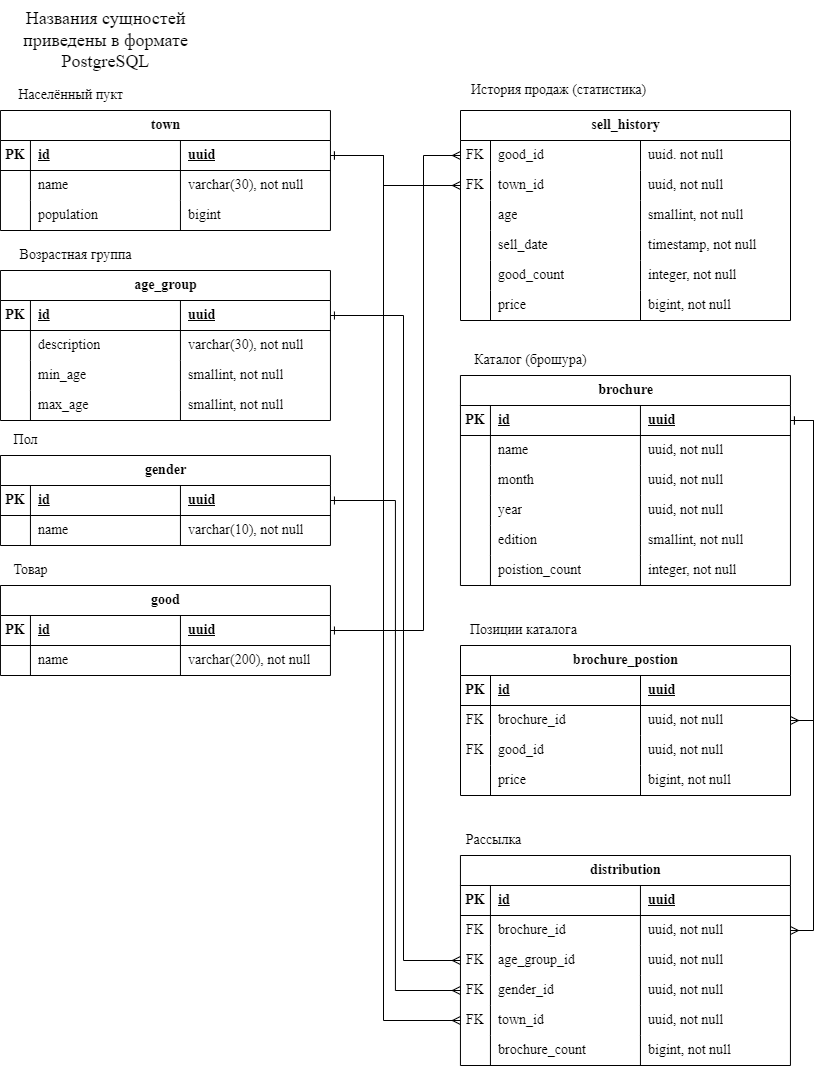
This is Cataloguer/Resources/ЛР2.drawio.png from VadimKarelov/Cataloguer, a draw.io export, as it was before one commit. Source tidied: cells renumbered, new cells last; positions are measured from the earlier drawing's top-left corner, leaving out a move shared by most shapes.
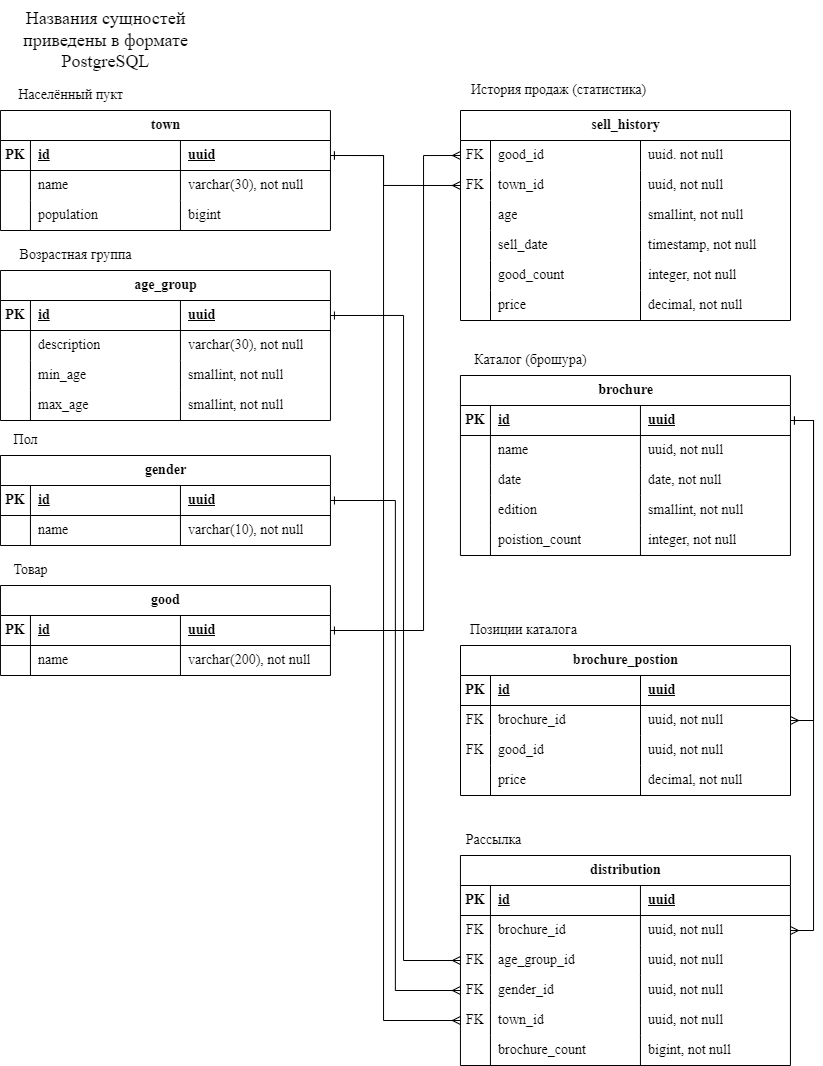
Later version of the same file.

Commit message:
ЛР2: Доработки с пары.

По требованию Архипова цена хранится в формате decimal;
По требованию Архипова в сущности каталог год и месяц хранятся в одном поле.

What changed in the source:
```diff
@@ -194,7 +194,7 @@
     <mxCell id="65" value="price" style="shape=partialRectangle;fillColor=none;top=0;left=0;bottom=0;right=0;align=left;spacingLeft=6;overflow=hidden;whiteSpace=wrap;html=1;fontSize=14;fontFamily=Times New Roman;" parent="63" vertex="1">
       <mxGeometry x="30" width="150" height="30" as="geometry" />
     </mxCell>
-    <mxCell id="66" value="bigint, not null" style="shape=partialRectangle;fillColor=none;top=0;left=0;bottom=0;right=0;align=left;spacingLeft=6;overflow=hidden;whiteSpace=wrap;html=1;fontSize=14;fontFamily=Times New Roman;" parent="63" vertex="1">
+    <mxCell id="66" value="decimal, not null" style="shape=partialRectangle;fillColor=none;top=0;left=0;bottom=0;right=0;align=left;spacingLeft=6;overflow=hidden;whiteSpace=wrap;html=1;fontSize=14;fontFamily=Times New Roman;" parent="63" vertex="1">
       <mxGeometry x="180" width="150" height="30" as="geometry" />
     </mxCell>
     <mxCell id="67" value="good" style="shape=table;startSize=30;rowLines=0;fontStyle=1;align=center;html=1;fontSize=14;fontFamily=Times New Roman;" parent="1" vertex="1">
@@ -225,7 +225,7 @@
       <mxGeometry x="180" width="150" height="30" as="geometry" />
     </mxCell>
     <mxCell id="76" value="brochure" style="shape=table;startSize=30;rowLines=0;fontStyle=1;align=center;html=1;fontSize=14;fontFamily=Times New Roman;" parent="1" vertex="1">
-      <mxGeometry x="459.9" y="375" width="330" height="210" as="geometry" />
+      <mxGeometry x="459.9" y="375" width="330" height="180" as="geometry" />
     </mxCell>
     <mxCell id="77" style="shape=tableRow;horizontal=0;startSize=0;swimlaneHead=0;swimlaneBody=0;fillColor=none;points=[[0,0.5],[1,0.5]];portConstraint=eastwest;top=0;left=0;right=0;bottom=1;fontSize=14;fontFamily=Times New Roman;" parent="76" vertex="1">
       <mxGeometry y="30" width="330" height="30" as="geometry" />
@@ -257,26 +257,14 @@
     <mxCell id="86" style="shape=partialRectangle;fillColor=none;top=0;left=0;bottom=0;right=0;overflow=hidden;whiteSpace=wrap;html=1;fontSize=14;fontFamily=Times New Roman;" parent="85" vertex="1">
       <mxGeometry width="30" height="30" as="geometry" />
     </mxCell>
-    <mxCell id="87" value="month" style="shape=partialRectangle;fillColor=none;top=0;left=0;bottom=0;right=0;align=left;spacingLeft=6;overflow=hidden;whiteSpace=wrap;html=1;fontSize=14;fontFamily=Times New Roman;" parent="85" vertex="1">
+    <mxCell id="87" value="date" style="shape=partialRectangle;fillColor=none;top=0;left=0;bottom=0;right=0;align=left;spacingLeft=6;overflow=hidden;whiteSpace=wrap;html=1;fontSize=14;fontFamily=Times New Roman;" parent="85" vertex="1">
       <mxGeometry x="30" width="150" height="30" as="geometry" />
     </mxCell>
-    <mxCell id="88" value="uuid, not null" style="shape=partialRectangle;fillColor=none;top=0;left=0;bottom=0;right=0;align=left;spacingLeft=6;overflow=hidden;whiteSpace=wrap;html=1;fontSize=14;fontFamily=Times New Roman;" parent="85" vertex="1">
+    <mxCell id="88" value="date, not null" style="shape=partialRectangle;fillColor=none;top=0;left=0;bottom=0;right=0;align=left;spacingLeft=6;overflow=hidden;whiteSpace=wrap;html=1;fontSize=14;fontFamily=Times New Roman;" parent="85" vertex="1">
       <mxGeometry x="180" width="150" height="30" as="geometry" />
     </mxCell>
-    <mxCell id="89" style="shape=tableRow;horizontal=0;startSize=0;swimlaneHead=0;swimlaneBody=0;fillColor=none;top=0;left=0;right=0;bottom=0;fontSize=14;fontFamily=Times New Roman;" parent="76" vertex="1">
-      <mxGeometry y="120" width="330" height="30" as="geometry" />
-    </mxCell>
-    <mxCell id="90" style="shape=partialRectangle;fillColor=none;top=0;left=0;bottom=0;right=0;overflow=hidden;whiteSpace=wrap;html=1;fontSize=14;fontFamily=Times New Roman;" parent="89" vertex="1">
-      <mxGeometry width="30" height="30" as="geometry" />
-    </mxCell>
-    <mxCell id="91" value="year" style="shape=partialRectangle;fillColor=none;top=0;left=0;bottom=0;right=0;align=left;spacingLeft=6;overflow=hidden;whiteSpace=wrap;html=1;fontSize=14;fontFamily=Times New Roman;" parent="89" vertex="1">
-      <mxGeometry x="30" width="150" height="30" as="geometry" />
-    </mxCell>
-    <mxCell id="92" value="uuid, not null" style="shape=partialRectangle;fillColor=none;top=0;left=0;bottom=0;right=0;align=left;spacingLeft=6;overflow=hidden;whiteSpace=wrap;html=1;fontSize=14;fontFamily=Times New Roman;" parent="89" vertex="1">
-      <mxGeometry x="180" width="150" height="30" as="geometry" />
-    </mxCell>
     <mxCell id="93" style="shape=tableRow;horizontal=0;startSize=0;swimlaneHead=0;swimlaneBody=0;fillColor=none;top=0;left=0;right=0;bottom=0;fontSize=14;fontFamily=Times New Roman;" parent="76" vertex="1">
-      <mxGeometry y="150" width="330" height="30" as="geometry" />
+      <mxGeometry y="120" width="330" height="30" as="geometry" />
     </mxCell>
     <mxCell id="94" style="shape=partialRectangle;fillColor=none;top=0;left=0;bottom=0;right=0;overflow=hidden;whiteSpace=wrap;html=1;fontSize=14;fontFamily=Times New Roman;" parent="93" vertex="1">
       <mxGeometry width="30" height="30" as="geometry" />
@@ -288,7 +276,7 @@
       <mxGeometry x="180" width="150" height="30" as="geometry" />
     </mxCell>
     <mxCell id="97" style="shape=tableRow;horizontal=0;startSize=0;swimlaneHead=0;swimlaneBody=0;fillColor=none;top=0;left=0;right=0;bottom=0;fontSize=14;fontFamily=Times New Roman;" parent="76" vertex="1">
-      <mxGeometry y="180" width="330" height="30" as="geometry" />
+      <mxGeometry y="150" width="330" height="30" as="geometry" />
     </mxCell>
     <mxCell id="98" style="shape=partialRectangle;fillColor=none;top=0;left=0;bottom=0;right=0;overflow=hidden;whiteSpace=wrap;html=1;fontSize=14;fontFamily=Times New Roman;" parent="97" vertex="1">
       <mxGeometry width="30" height="30" as="geometry" />
@@ -392,7 +380,7 @@
     <mxCell id="126" value="price" style="shape=partialRectangle;fillColor=none;top=0;left=0;bottom=0;right=0;align=left;spacingLeft=6;overflow=hidden;whiteSpace=wrap;html=1;fontFamily=Times New Roman;fontSize=14;" parent="124" vertex="1">
       <mxGeometry x="30" width="150" height="30" as="geometry" />
     </mxCell>
-    <mxCell id="127" value="bigint, not null" style="shape=partialRectangle;fillColor=none;top=0;left=0;bottom=0;right=0;align=left;spacingLeft=6;overflow=hidden;whiteSpace=wrap;html=1;fontFamily=Times New Roman;fontSize=14;" parent="124" vertex="1">
+    <mxCell id="127" value="decimal, not null" style="shape=partialRectangle;fillColor=none;top=0;left=0;bottom=0;right=0;align=left;spacingLeft=6;overflow=hidden;whiteSpace=wrap;html=1;fontFamily=Times New Roman;fontSize=14;" parent="124" vertex="1">
       <mxGeometry x="180" width="150" height="30" as="geometry" />
     </mxCell>
     <mxCell id="128" value="distribution" style="shape=table;startSize=30;rowLines=0;fontStyle=1;align=center;html=1;fontFamily=Times New Roman;fontSize=14;" parent="1" vertex="1">
```
